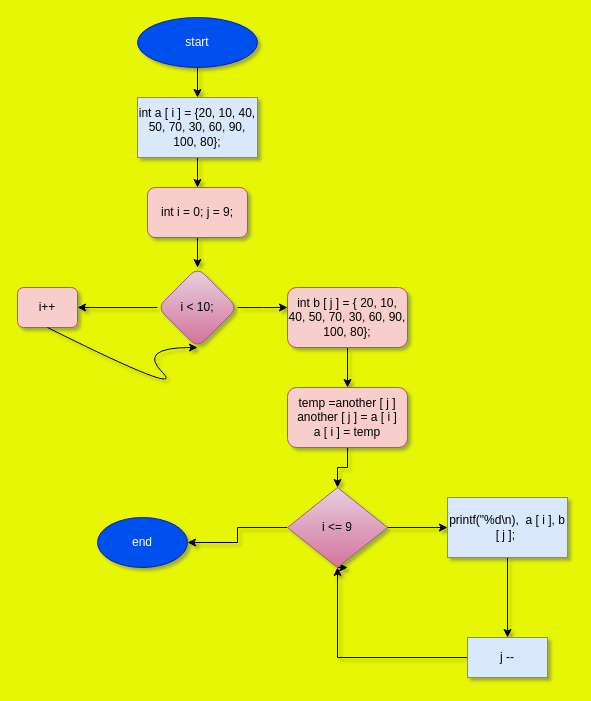
Before: diya.drawio in tanhadiya/expert-robot, a draw.io diagram. Source tidied: cells renumbered, new cells numbered last; positions are measured from the earlier drawing's top-left corner, leaving out a move shared by most shapes. Both pictures are drawn from the tidied source at 100%, with x=0, y=0 at pixel (17, 17).
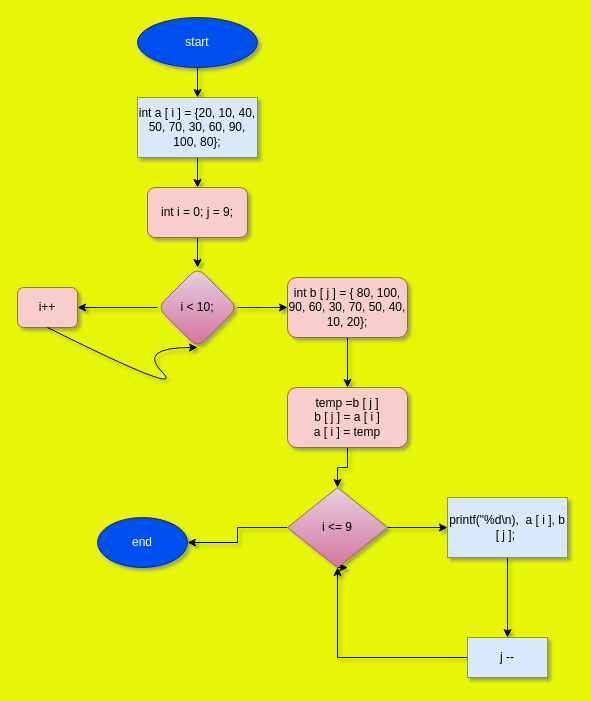
After the change.

What changed in the source:
```diff
@@
-    <mxCell id="12" value="temp =another [ j ]&lt;br&gt;another [ j ] = a [ i ]&lt;br&gt;a [ i ] = temp" style="whiteSpace=wrap;html=1;rounded=1;fillColor=#f8cecc;strokeColor=#b85450;" parent="1" vertex="1">
+    <mxCell id="12" value="temp =b [ j ]&lt;br&gt;b [ j ] = a [ i ]&lt;br&gt;a [ i ] = temp" style="whiteSpace=wrap;html=1;rounded=1;fillColor=#f8cecc;strokeColor=#b85450;" parent="1" vertex="1">
       <mxGeometry x="270" y="370" width="120" height="60" as="geometry" />
     </mxCell>
@@
-    <mxCell id="15" value="int b [ j ] = { 20, 10, 40, 50, 70, 30, 60, 90, 100, 80};" style="rounded=1;whiteSpace=wrap;html=1;fillColor=#f8cecc;strokeColor=#b85450;" parent="1" vertex="1">
-      <mxGeometry x="270" y="270" width="120" height="60" as="geometry" />
+    <mxCell id="15" value="int b [ j ] = { 80, 100, 90, 60, 30, 70, 50, 40, 10, 20};" style="rounded=1;whiteSpace=wrap;html=1;fillColor=#f8cecc;strokeColor=#b85450;" parent="1" vertex="1">
+      <mxGeometry x="270" y="260" width="120" height="60" as="geometry" />
     </mxCell>
```
